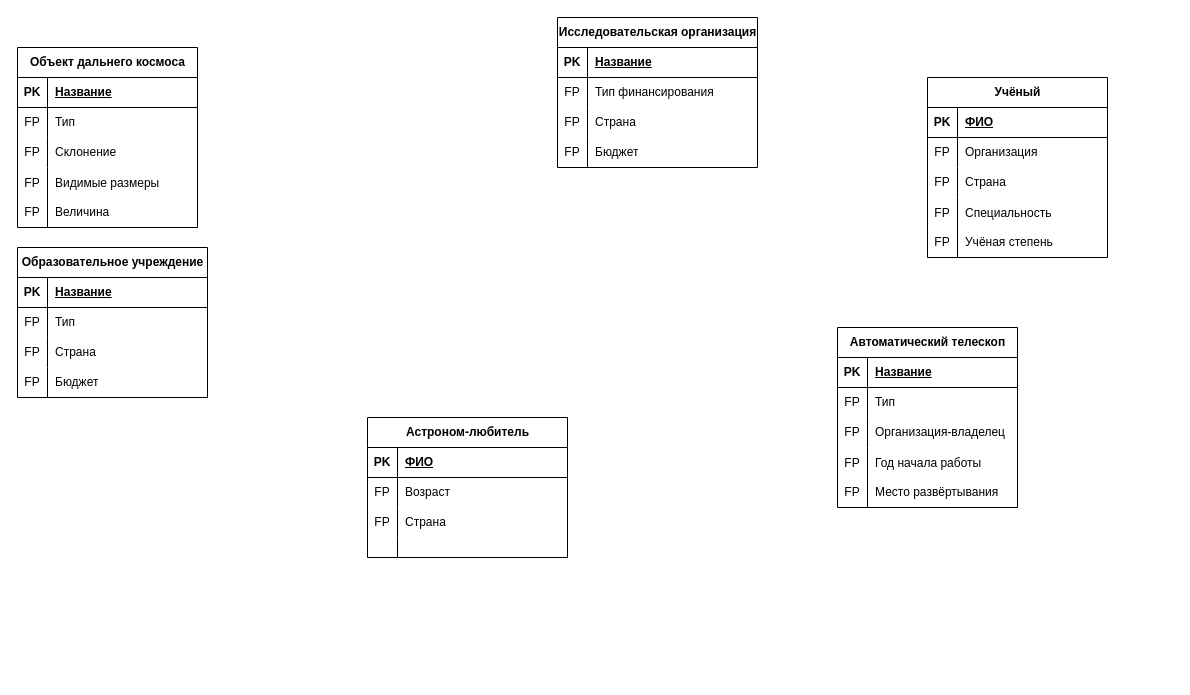
Before: Таблицы/Схема.drawio in Nebulaner/Theoretical_base_of_DB, a draw.io diagram. Source tidied: cells renumbered, new cells numbered last; positions are measured from the earlier drawing's top-left corner, leaving out a move shared by most shapes. Both pictures are drawn from the tidied source at 100%, with x=0, y=0 at pixel (17, 17).
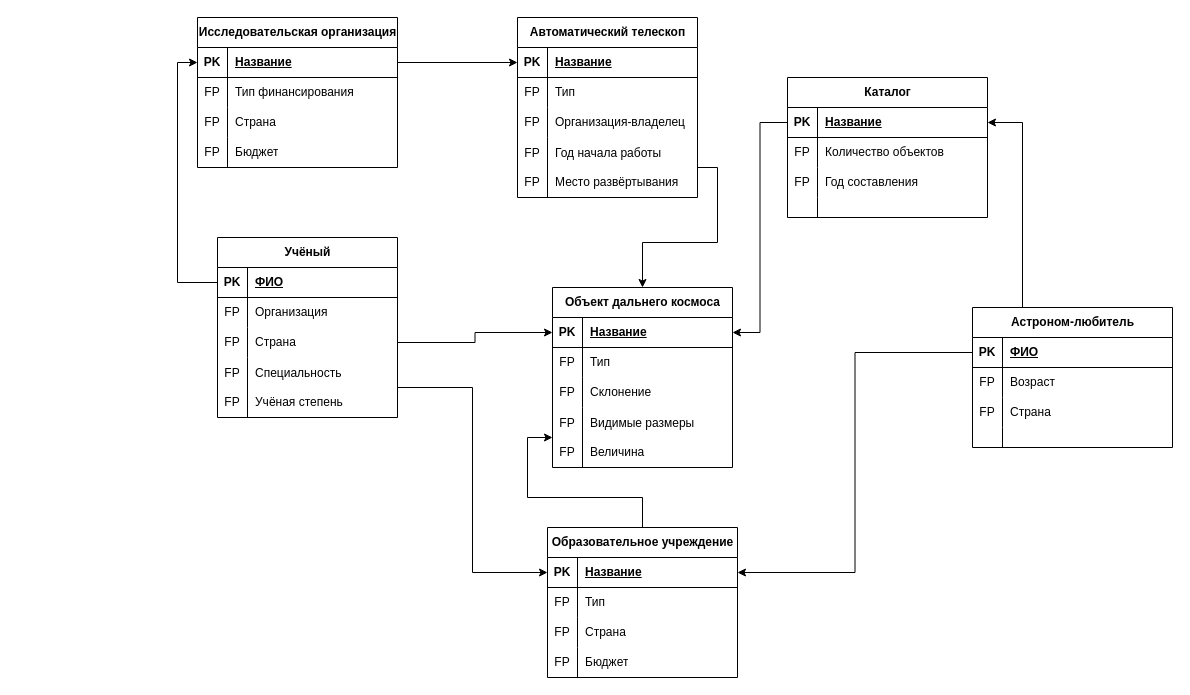
The same diagram, later.

Unchanged cells that the change refers to:
```xml
<mxCell id="3" style="shape=tableRow;horizontal=0;startSize=0;swimlaneHead=0;swimlaneBody=0;fillColor=none;points=[[0,0.5],[1,0.5]];portConstraint=eastwest;top=0;left=0;right=0;bottom=1;" parent="2" vertex="1">
  <mxGeometry y="30" width="180" height="30" as="geometry" />
</mxCell>
<mxCell id="12" style="shape=tableRow;horizontal=0;startSize=0;swimlaneHead=0;swimlaneBody=0;fillColor=none;points=[[0,0.5],[1,0.5]];portConstraint=eastwest;top=0;left=0;right=0;bottom=0;" parent="2" vertex="1">
  <mxGeometry y="120" width="180" height="60" as="geometry" />
</mxCell>
<mxCell id="16" style="shape=tableRow;horizontal=0;startSize=0;swimlaneHead=0;swimlaneBody=0;fillColor=none;points=[[0,0.5],[1,0.5]];portConstraint=eastwest;top=0;left=0;right=0;bottom=1;" parent="15" vertex="1">
  <mxGeometry y="30" width="190" height="30" as="geometry" />
</mxCell>
<mxCell id="29" style="shape=tableRow;horizontal=0;startSize=0;swimlaneHead=0;swimlaneBody=0;fillColor=none;points=[[0,0.5],[1,0.5]];portConstraint=eastwest;top=0;left=0;right=0;bottom=1;" parent="28" vertex="1">
  <mxGeometry y="30" width="200" height="30" as="geometry" />
</mxCell>
<mxCell id="42" style="shape=tableRow;horizontal=0;startSize=0;swimlaneHead=0;swimlaneBody=0;fillColor=none;points=[[0,0.5],[1,0.5]];portConstraint=eastwest;top=0;left=0;right=0;bottom=1;" parent="41" vertex="1">
  <mxGeometry y="30" width="180" height="30" as="geometry" />
</mxCell>
<mxCell id="48" style="shape=tableRow;horizontal=0;startSize=0;swimlaneHead=0;swimlaneBody=0;fillColor=none;points=[[0,0.5],[1,0.5]];portConstraint=eastwest;top=0;left=0;right=0;bottom=0;" parent="41" vertex="1">
  <mxGeometry y="90" width="180" height="30" as="geometry" />
</mxCell>
<mxCell id="51" style="shape=tableRow;horizontal=0;startSize=0;swimlaneHead=0;swimlaneBody=0;fillColor=none;points=[[0,0.5],[1,0.5]];portConstraint=eastwest;top=0;left=0;right=0;bottom=0;" parent="41" vertex="1">
  <mxGeometry y="120" width="180" height="60" as="geometry" />
</mxCell>
<mxCell id="55" style="shape=tableRow;horizontal=0;startSize=0;swimlaneHead=0;swimlaneBody=0;fillColor=none;points=[[0,0.5],[1,0.5]];portConstraint=eastwest;top=0;left=0;right=0;bottom=1;" parent="54" vertex="1">
  <mxGeometry y="30" width="200" height="30" as="geometry" />
</mxCell>
<mxCell id="68" style="shape=tableRow;horizontal=0;startSize=0;swimlaneHead=0;swimlaneBody=0;fillColor=none;points=[[0,0.5],[1,0.5]];portConstraint=eastwest;top=0;left=0;right=0;bottom=1;" parent="67" vertex="1">
  <mxGeometry y="30" width="180" height="30" as="geometry" />
</mxCell>
<mxCell id="77" style="shape=tableRow;horizontal=0;startSize=0;swimlaneHead=0;swimlaneBody=0;fillColor=none;points=[[0,0.5],[1,0.5]];portConstraint=eastwest;top=0;left=0;right=0;bottom=0;" parent="67" vertex="1">
  <mxGeometry y="120" width="180" height="60" as="geometry" />
</mxCell>
```

Change to the diagram source:
```diff
@@
     <mxCell id="2" value="Объект дальнего космоса" style="shape=table;startSize=30;childLayout=tableLayout;rowLines=0;fontStyle=1;align=center;html=1;" parent="1" vertex="1">
-      <mxGeometry y="30" width="180" height="180" as="geometry" />
+      <mxGeometry x="535" y="270" width="180" height="180" as="geometry" />
     </mxCell>
@@
+    <mxCell id="80" style="edgeStyle=orthogonalEdgeStyle;rounded=0;jettySize=auto;html=1;exitX=0.5;exitY=0;exitDx=0;exitDy=0;entryX=0;entryY=0.5;entryDx=0;entryDy=0;" parent="1" edge="1" source="15" target="12">
+      <mxGeometry relative="1" as="geometry" />
+    </mxCell>
     <mxCell id="15" value="Образовательное учреждение" style="shape=table;startSize=30;childLayout=tableLayout;rowLines=0;fontStyle=1;align=center;html=1;" parent="1" vertex="1">
-      <mxGeometry y="230" width="190" height="150" as="geometry" />
+      <mxGeometry x="530" y="510" width="190" height="150" as="geometry" />
     </mxCell>
@@
     <mxCell id="28" value="Исследовательская организация" style="shape=table;startSize=30;childLayout=tableLayout;rowLines=0;fontStyle=1;align=center;html=1;" parent="1" vertex="1">
-      <mxGeometry x="540" width="200" height="150" as="geometry" />
+      <mxGeometry x="180" width="200" height="150" as="geometry" />
     </mxCell>
@@
     <mxCell id="41" value="Учёный" style="shape=table;startSize=30;childLayout=tableLayout;rowLines=0;fontStyle=1;align=center;html=1;" parent="1" vertex="1">
-      <mxGeometry x="910" y="60" width="180" height="180" as="geometry" />
+      <mxGeometry x="200" y="220" width="180" height="180" as="geometry" />
     </mxCell>
@@
+    <mxCell id="81" style="edgeStyle=orthogonalEdgeStyle;rounded=0;jettySize=auto;html=1;exitX=0.25;exitY=0;exitDx=0;exitDy=0;entryX=1;entryY=0.5;entryDx=0;entryDy=0;" parent="1" edge="1" source="54" target="83">
+      <mxGeometry relative="1" as="geometry" />
+    </mxCell>
     <mxCell id="54" value="Астроном-любитель" style="shape=table;startSize=30;childLayout=tableLayout;rowLines=0;fontStyle=1;align=center;html=1;" parent="1" vertex="1">
-      <mxGeometry x="350" y="400" width="200" height="140" as="geometry" />
+      <mxGeometry x="955" y="290" width="200" height="140" as="geometry" />
     </mxCell>
@@
     <mxCell id="67" value="Автоматический телескоп" style="shape=table;startSize=30;childLayout=tableLayout;rowLines=0;fontStyle=1;align=center;html=1;" parent="1" vertex="1">
-      <mxGeometry x="820" y="310" width="180" height="180" as="geometry" />
+      <mxGeometry x="500" width="180" height="180" as="geometry" />
     </mxCell>
@@
+    <mxCell id="82" value="Каталог" style="shape=table;startSize=30;childLayout=tableLayout;rowLines=0;fontStyle=1;align=center;html=1;" parent="1" vertex="1">
+      <mxGeometry x="770" y="60" width="200" height="140" as="geometry" />
+    </mxCell>
+    <mxCell id="83" style="shape=tableRow;horizontal=0;startSize=0;swimlaneHead=0;swimlaneBody=0;fillColor=none;points=[[0,0.5],[1,0.5]];portConstraint=eastwest;top=0;left=0;right=0;bottom=1;" parent="82" vertex="1">
+      <mxGeometry y="30" width="200" height="30" as="geometry" />
+    </mxCell>
+    <mxCell id="84" value="PK" style="shape=partialRectangle;fillColor=none;top=0;left=0;bottom=0;right=0;fontStyle=1;overflow=hidden;whiteSpace=wrap;html=1;" parent="83" vertex="1">
+      <mxGeometry width="30" height="30" as="geometry" />
+    </mxCell>
+    <mxCell id="85" value="Название" style="shape=partialRectangle;fillColor=none;top=0;left=0;bottom=0;right=0;align=left;spacingLeft=6;fontStyle=5;overflow=hidden;whiteSpace=wrap;html=1;" parent="83" vertex="1">
+      <mxGeometry x="30" width="170" height="30" as="geometry" />
+    </mxCell>
+    <mxCell id="86" style="shape=tableRow;horizontal=0;startSize=0;swimlaneHead=0;swimlaneBody=0;fillColor=none;top=0;left=0;right=0;bottom=0;" parent="82" vertex="1">
+      <mxGeometry y="60" width="200" height="30" as="geometry" />
+    </mxCell>
+    <mxCell id="87" value="FP" style="shape=partialRectangle;fillColor=none;top=0;left=0;bottom=0;right=0;overflow=hidden;whiteSpace=wrap;html=1;" parent="86" vertex="1">
+      <mxGeometry width="30" height="30" as="geometry" />
+    </mxCell>
+    <mxCell id="88" value="Количество объектов" style="shape=partialRectangle;fillColor=none;top=0;left=0;bottom=0;right=0;align=left;spacingLeft=6;overflow=hidden;whiteSpace=wrap;html=1;" parent="86" vertex="1">
+      <mxGeometry x="30" width="170" height="30" as="geometry" />
+    </mxCell>
+    <mxCell id="89" style="shape=tableRow;horizontal=0;startSize=0;swimlaneHead=0;swimlaneBody=0;fillColor=none;top=0;left=0;right=0;bottom=0;" parent="82" vertex="1">
+      <mxGeometry y="90" width="200" height="30" as="geometry" />
+    </mxCell>
+    <mxCell id="90" value="FP" style="shape=partialRectangle;fillColor=none;top=0;left=0;bottom=0;right=0;overflow=hidden;whiteSpace=wrap;html=1;" parent="89" vertex="1">
+      <mxGeometry width="30" height="30" as="geometry" />
+    </mxCell>
+    <mxCell id="91" value="Год составления" style="shape=partialRectangle;fillColor=none;top=0;left=0;bottom=0;right=0;align=left;spacingLeft=6;overflow=hidden;whiteSpace=wrap;html=1;" parent="89" vertex="1">
+      <mxGeometry x="30" width="170" height="30" as="geometry" />
+    </mxCell>
+    <mxCell id="92" style="shape=tableRow;horizontal=0;startSize=0;swimlaneHead=0;swimlaneBody=0;fillColor=none;top=0;left=0;right=0;bottom=0;" parent="82" vertex="1">
+      <mxGeometry y="120" width="200" height="20" as="geometry" />
+    </mxCell>
+    <mxCell id="93" style="shape=partialRectangle;fillColor=none;top=0;left=0;bottom=0;right=0;overflow=hidden;whiteSpace=wrap;html=1;" parent="92" vertex="1">
+      <mxGeometry width="30" height="20" as="geometry" />
+    </mxCell>
+    <mxCell id="94" style="shape=partialRectangle;fillColor=none;top=0;left=0;bottom=0;right=0;align=left;spacingLeft=6;overflow=hidden;whiteSpace=wrap;html=1;" parent="92" vertex="1">
+      <mxGeometry x="30" width="170" height="20" as="geometry" />
+    </mxCell>
+    <mxCell id="95" style="edgeStyle=orthogonalEdgeStyle;rounded=0;jettySize=auto;html=1;exitX=1;exitY=0.5;exitDx=0;exitDy=0;entryX=0;entryY=0.5;entryDx=0;entryDy=0;" parent="1" edge="1" source="48" target="3">
+      <mxGeometry relative="1" as="geometry" />
+    </mxCell>
+    <mxCell id="96" style="edgeStyle=orthogonalEdgeStyle;rounded=0;jettySize=auto;html=1;exitX=0;exitY=0.5;exitDx=0;exitDy=0;entryX=1;entryY=0.5;entryDx=0;entryDy=0;" parent="1" edge="1" source="83" target="3">
+      <mxGeometry relative="1" as="geometry" />
+    </mxCell>
+    <mxCell id="97" style="edgeStyle=orthogonalEdgeStyle;rounded=0;jettySize=auto;html=1;exitX=1;exitY=0.5;exitDx=0;exitDy=0;entryX=0;entryY=0.5;entryDx=0;entryDy=0;" parent="1" edge="1" source="29" target="68">
+      <mxGeometry relative="1" as="geometry" />
+    </mxCell>
+    <mxCell id="98" style="edgeStyle=orthogonalEdgeStyle;rounded=0;jettySize=auto;html=1;exitX=0;exitY=0.5;exitDx=0;exitDy=0;entryX=0;entryY=0.5;entryDx=0;entryDy=0;" parent="1" edge="1" source="42" target="29">
+      <mxGeometry relative="1" as="geometry" />
+    </mxCell>
+    <mxCell id="99" style="edgeStyle=orthogonalEdgeStyle;rounded=0;jettySize=auto;html=1;exitX=1;exitY=0.5;exitDx=0;exitDy=0;entryX=0;entryY=0.5;entryDx=0;entryDy=0;" parent="1" edge="1" source="51" target="16">
+      <mxGeometry relative="1" as="geometry" />
+    </mxCell>
+    <mxCell id="100" style="edgeStyle=orthogonalEdgeStyle;rounded=0;jettySize=auto;html=1;exitX=0;exitY=0.5;exitDx=0;exitDy=0;entryX=1;entryY=0.5;entryDx=0;entryDy=0;" parent="1" edge="1" source="55" target="16">
+      <mxGeometry relative="1" as="geometry" />
+    </mxCell>
+    <mxCell id="101" style="edgeStyle=orthogonalEdgeStyle;rounded=0;jettySize=auto;html=1;exitX=1;exitY=0.5;exitDx=0;exitDy=0;entryX=0.5;entryY=0;entryDx=0;entryDy=0;" parent="1" edge="1" source="77" target="2">
+      <mxGeometry relative="1" as="geometry" />
+    </mxCell>
```
